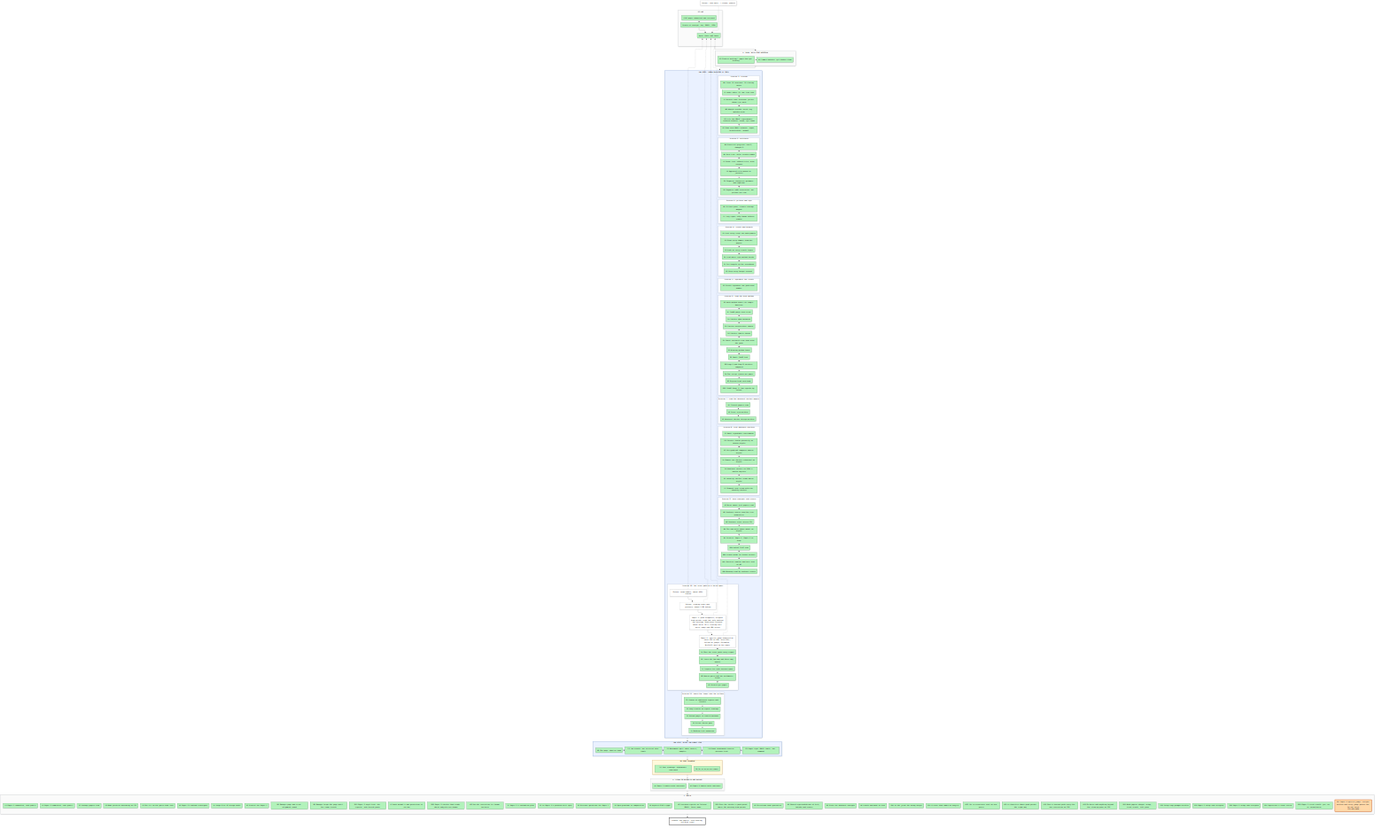
Above: artifacts/notes/progress/map.png in mo-rsa24/concept-composition (Mermaid), before the change. Its source is kept beside it as artifacts/notes/progress/map.mmd.
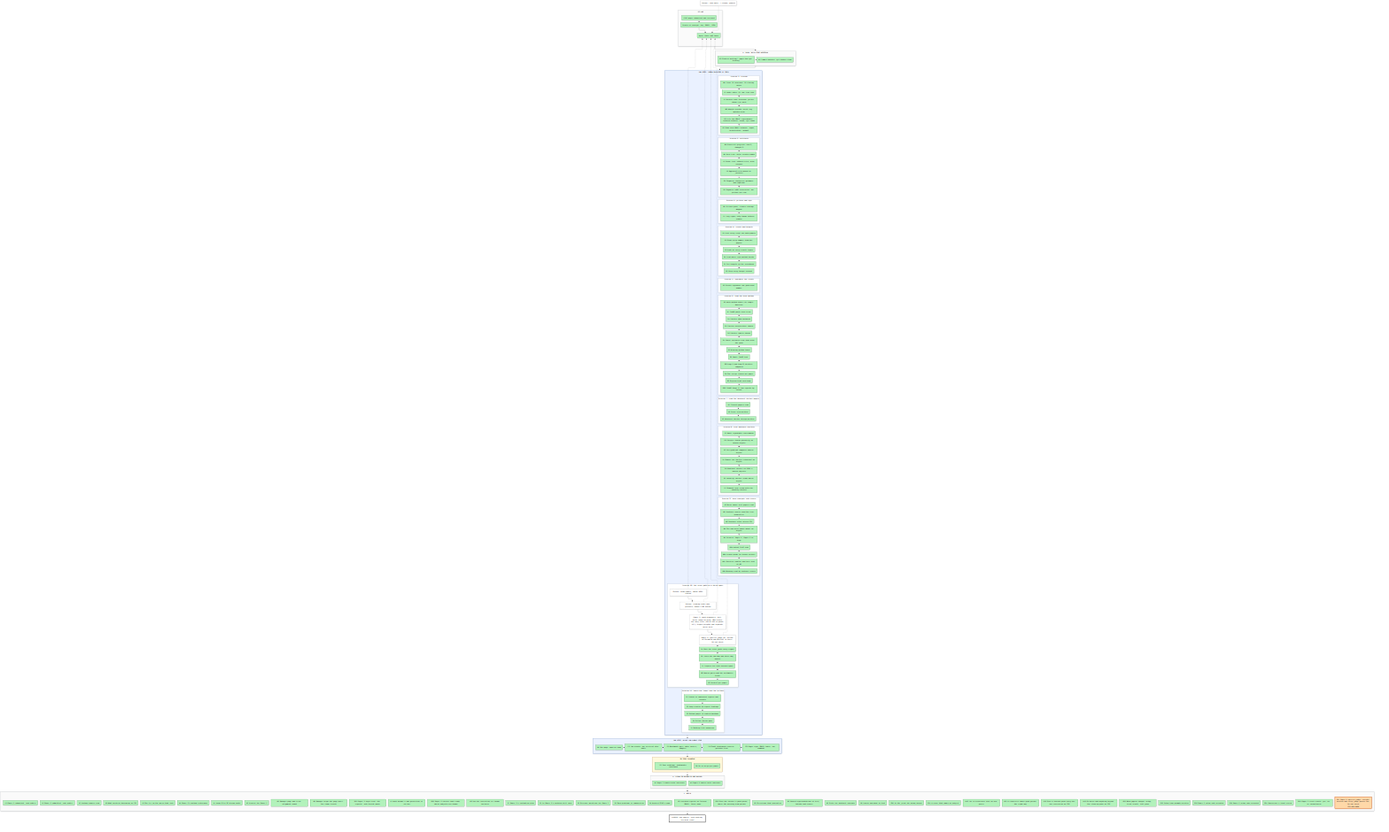
After the commit.

Commit message:
Paper 1: more scenes is the only lever so far; Paper 2: follow-on judges in their check

Diff of the diagram source:
```diff
@@ -80,8 +80,8 @@
   X0["Detour: idea walk, 7 claims, paused"]:::detour -.-> P2
   X1["Detour: zoom-ladder, about 430k tokens"]:::detour -.-> P2
   X2["Detour: reading route and pictures, about 1.8M tokens"]:::detour -.-> P2
-  X3["Paper 1: push diagnosis; aligned head points right but only darkens the overlap; head never trained above noise 10.5; testing full noise range and 384 scenes"]:::detour -.-> P2
-  X4["Paper 2: species judge answered no (best 102 of 240, need 216); follow-on judges (DreamSim, BioCLIP) wait on the owner"]:::detour -.-> P2
+  X3["Paper 1: push diagnosis; full noise range no help; 384 scenes the only lever (68 of 626 vs paste 517); higher weights and separate noise next"]:::detour -.-> P2
+  X4["Paper 2: species judge no; follow-on DreamSim and BioCLIP in their 64-cat check"]:::detour -.-> P2
   L1 ~~~ L2 ~~~ L3 ~~~ L4 ~~~ L5 ~~~ L6 ~~~ L7 ~~~ L8 ~~~ L9 ~~~ L10 ~~~ L11
   S0 --> SA --> LOOP --> JOIN --> CAL --> SE --> SF --> GOAL
   style S0 fill:#fafafa,stroke:#adb5bd
```
